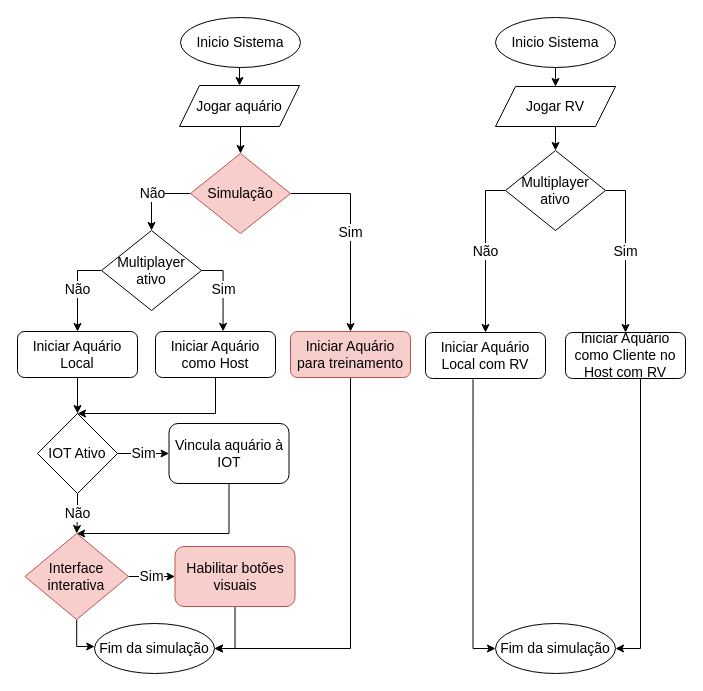
dalton-reis/tcc_CarlosEduardoMachado keeps this draw.io diagram as page "Fluxograma de inicialização" (8 of 8) of _carlos/diagramas.drawio. Above is the earlier version. Source tidied: cells renumbered, new cells numbered last; positions are measured from the earlier drawing's top-left corner, leaving out a move shared by most shapes. Both pictures are drawn from the tidied source at 100%, with x=0, y=0 at pixel (17, 17).
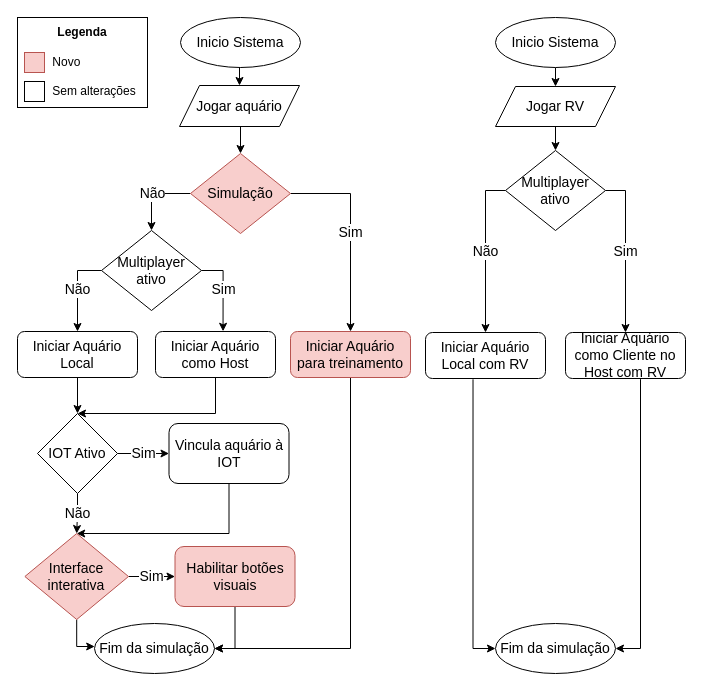
After the change.

Diff of the diagram source:
```diff
@@
+    <mxCell id="41" style="group;" parent="1" vertex="1">
+      <mxGeometry width="130" height="90" as="geometry" />
+    </mxCell>
+    <mxCell id="42" value="&lt;br&gt;&lt;br&gt;&lt;span style=&quot;white-space: pre&quot;&gt;&#9;&lt;/span&gt;&lt;span style=&quot;white-space: pre&quot;&gt;&amp;nbsp; &lt;/span&gt;Novo&lt;br&gt;&lt;br&gt;&lt;span style=&quot;white-space: pre&quot;&gt;&#9;&lt;/span&gt;&amp;nbsp; Sem alterações" style="rounded=0;whiteSpace=wrap;html=1;align=left;" parent="41" vertex="1">
+      <mxGeometry width="130" height="90" as="geometry" />
+    </mxCell>
+    <mxCell id="43" value="&lt;font color=&quot;#000000&quot;&gt;Legenda&lt;/font&gt;" style="text;html=1;strokeColor=none;fillColor=none;align=center;verticalAlign=middle;whiteSpace=wrap;rounded=0;fontColor=#4D9900;fontStyle=1;" parent="41" vertex="1">
+      <mxGeometry width="130" height="30" as="geometry" />
+    </mxCell>
+    <mxCell id="44" style="rounded=0;whiteSpace=wrap;html=1;fillColor=#f8cecc;strokeColor=#b85450;" parent="41" vertex="1">
+      <mxGeometry x="7" y="35" width="20" height="20" as="geometry" />
+    </mxCell>
+    <mxCell id="45" style="rounded=0;whiteSpace=wrap;html=1;" parent="41" vertex="1">
+      <mxGeometry x="7" y="64" width="20" height="20" as="geometry" />
+    </mxCell>
```
